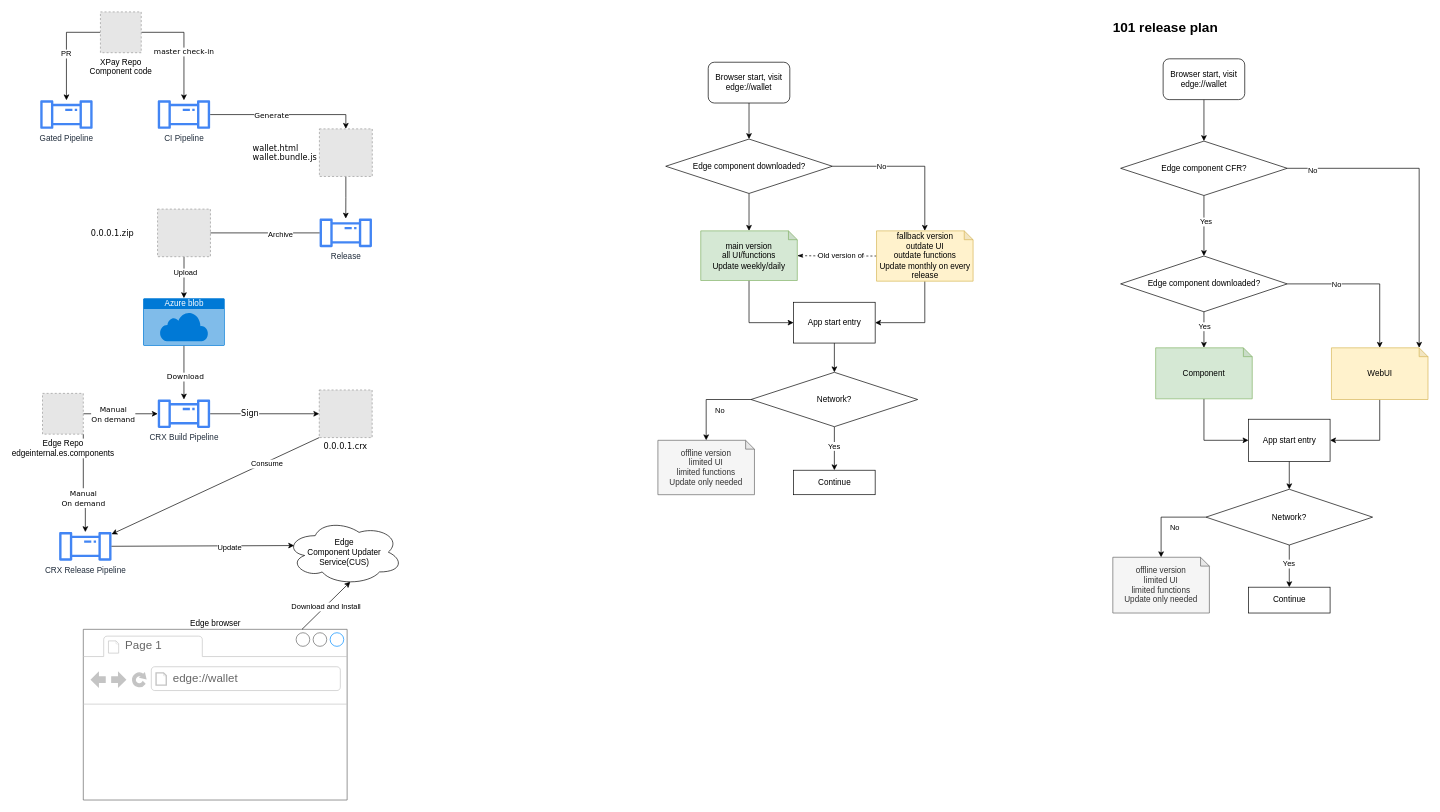
Earlier version of the draw.io diagram page "Overall" (1 of 3) of Wallet hub migration.drawio (lancelodliu/draw.io). Source tidied: cells renumbered, new cells numbered last; positions are measured from the earlier drawing's top-left corner, leaving out a move shared by most shapes. Both pictures are drawn from the tidied source at 68%, with x=0, y=0 at pixel (39, 12). Pictures stored in the file or linked from it are replaced by grey dashed boxes.
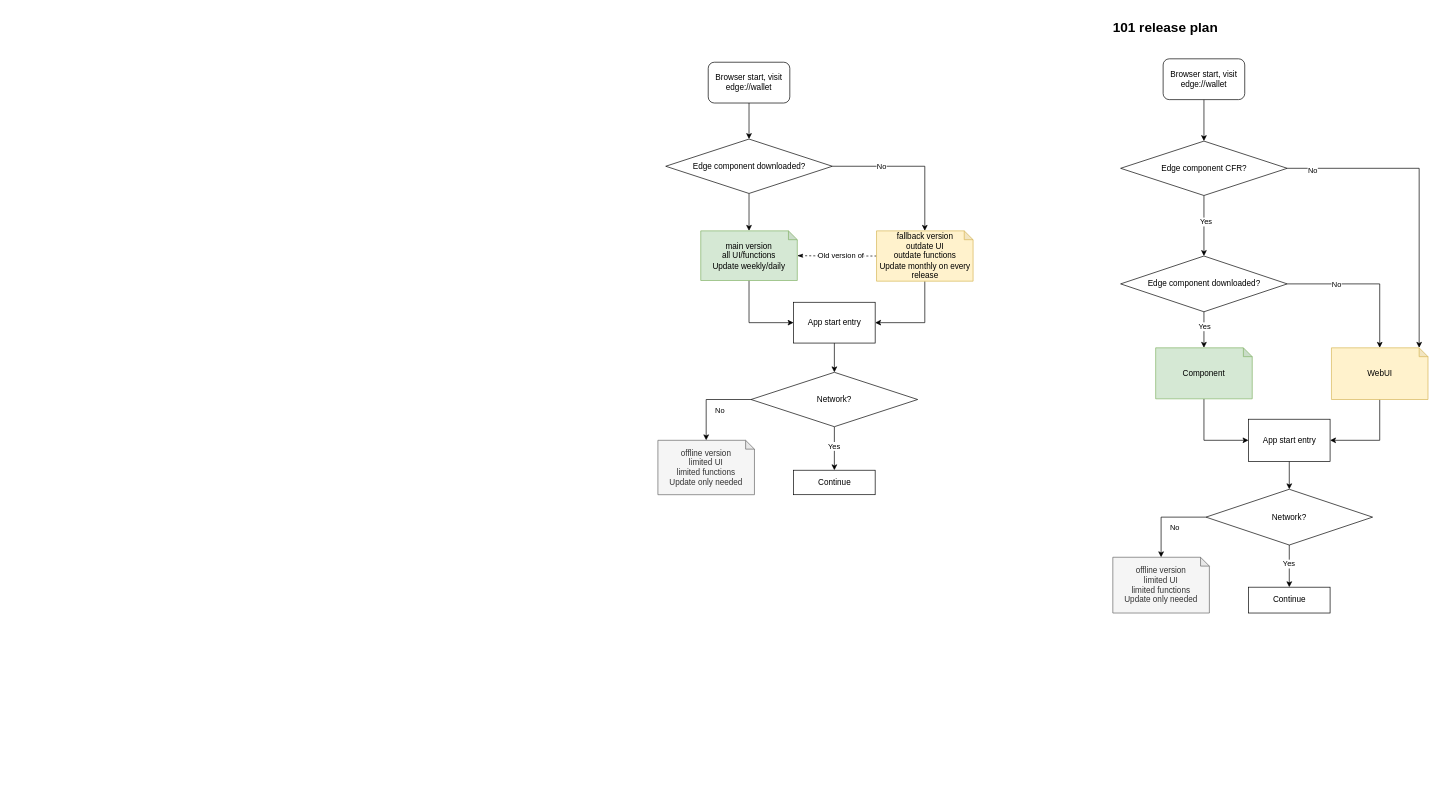
After the change.

What changed in the source:
```diff
@@
-    <mxCell id="2" style="edgeStyle=orthogonalEdgeStyle;rounded=0;jettySize=auto;html=1;entryX=0.5;entryY=0;entryDx=0;entryDy=0;fontFamily=Verdana;" parent="1" edge="1" source="4" target="14">
-      <mxGeometry relative="1" as="geometry" />
-    </mxCell>
-    <mxCell id="3" value="Generate" style="edgeLabel;html=1;align=center;verticalAlign=middle;fontFamily=Verdana;" parent="2" vertex="1">
-      <mxGeometry x="-0.18" relative="1" as="geometry" />
-    </mxCell>
-    <mxCell id="4" value="CI Pipeline" style="sketch=0;outlineConnect=0;fontColor=#232F3E;gradientColor=none;fillColor=#4285F4;strokeColor=none;dashed=0;verticalLabelPosition=bottom;verticalAlign=top;align=center;html=1;fontSize=12;fontStyle=0;shape=mxgraph.aws4.iot_analytics_pipeline;labelPosition=center;" parent="1" vertex="1">
-      <mxGeometry x="173" y="130" width="78" height="42" as="geometry" />
-    </mxCell>
-    <mxCell id="5" style="edgeStyle=orthogonalEdgeStyle;rounded=0;jettySize=auto;html=1;exitX=1;exitY=0.5;exitDx=0;exitDy=0;" parent="1" edge="1" source="9" target="4">
-      <mxGeometry relative="1" as="geometry" />
-    </mxCell>
-    <mxCell id="6" value="master check-in" style="edgeLabel;html=1;align=center;verticalAlign=middle;fontFamily=Verdana;" parent="5" vertex="1">
-      <mxGeometry x="0.12" y="-1" relative="1" as="geometry" />
-    </mxCell>
-    <mxCell id="7" style="edgeStyle=orthogonalEdgeStyle;rounded=0;jettySize=auto;html=1;exitX=0;exitY=0.5;exitDx=0;exitDy=0;fontFamily=Verdana;" parent="1" edge="1" source="9" target="10">
-      <mxGeometry relative="1" as="geometry" />
-    </mxCell>
-    <mxCell id="8" value="PR" style="edgeLabel;html=1;align=center;verticalAlign=middle;" parent="7" vertex="1">
-      <mxGeometry x="0.08" y="-1" relative="1" as="geometry" />
-    </mxCell>
-    <mxCell id="9" value="XPay Repo&lt;br&gt;Component code" style="fillColor=#E6E6E6;strokeColor=#999999;dashed=1;html=1;verticalAlign=top;verticalLabelPosition=bottom;labelBackgroundColor=#ffffff;" parent="1" vertex="1">
-      <mxGeometry x="89.2" width="60" height="60" as="geometry" />
-    </mxCell>
-    <mxCell id="10" value="Gated Pipeline" style="sketch=0;outlineConnect=0;fontColor=#232F3E;gradientColor=none;fillColor=#4285F4;strokeColor=none;dashed=0;verticalLabelPosition=bottom;verticalAlign=top;align=center;html=1;fontSize=12;fontStyle=0;shape=mxgraph.aws4.iot_analytics_pipeline;" parent="1" vertex="1">
-      <mxGeometry x="0.2" y="130" width="78" height="42" as="geometry" />
-    </mxCell>
-    <mxCell id="11" style="edgeStyle=orthogonalEdgeStyle;rounded=0;jettySize=auto;html=1;exitX=0.5;exitY=1;exitDx=0;exitDy=0;fontFamily=Verdana;exitPerimeter=0;" parent="1" edge="1" source="28" target="22">
-      <mxGeometry relative="1" as="geometry" />
-    </mxCell>
-    <mxCell id="12" value="Download" style="edgeLabel;html=1;align=center;verticalAlign=middle;fontFamily=Verdana;" parent="11" vertex="1">
-      <mxGeometry x="0.13" y="1" relative="1" as="geometry" />
-    </mxCell>
-    <mxCell id="13" style="edgeStyle=orthogonalEdgeStyle;rounded=0;jettySize=auto;html=1;" parent="1" edge="1" source="14" target="27">
-      <mxGeometry relative="1" as="geometry" />
-    </mxCell>
-    <mxCell id="14" value="wallet.html&#10;wallet.bundle.js" style="fillColor=#E6E6E6;strokeColor=#999999;dashed=1;verticalLabelPosition=middle;labelBackgroundColor=#ffffff;verticalAlign=middle;fontFamily=Verdana;labelPosition=left;align=left;spacingRight=0;spacing=-20;" parent="1" vertex="1">
-      <mxGeometry x="411.2" y="172" width="77.8" height="70" as="geometry" />
-    </mxCell>
-    <mxCell id="15" style="edgeStyle=orthogonalEdgeStyle;rounded=0;jettySize=auto;html=1;exitX=1;exitY=0.5;exitDx=0;exitDy=0;fontFamily=Verdana;" parent="1" edge="1" source="19" target="22">
-      <mxGeometry relative="1" as="geometry" />
-    </mxCell>
-    <mxCell id="16" value="Manual&lt;br&gt;On demand" style="edgeLabel;html=1;align=center;verticalAlign=middle;fontFamily=Verdana;" parent="15" vertex="1">
-      <mxGeometry x="-0.22" relative="1" as="geometry" />
-    </mxCell>
-    <mxCell id="17" style="edgeStyle=orthogonalEdgeStyle;rounded=0;jettySize=auto;html=1;exitX=1;exitY=1;exitDx=0;exitDy=0;fontFamily=Verdana;fontSize=12;" parent="1" edge="1" source="19" target="24">
-      <mxGeometry relative="1" as="geometry">
-        <Array as="points">
-          <mxPoint x="64" y="724" />
-        </Array>
-      </mxGeometry>
-    </mxCell>
-    <mxCell id="18" value="&lt;span style=&quot;font-size: 11px&quot;&gt;Manual&lt;/span&gt;&lt;br style=&quot;font-size: 11px&quot;&gt;&lt;span style=&quot;font-size: 11px&quot;&gt;On demand&lt;/span&gt;" style="edgeLabel;html=1;align=center;verticalAlign=middle;fontSize=12;fontFamily=Verdana;" parent="17" vertex="1">
-      <mxGeometry x="0.26" y="-1" relative="1" as="geometry" />
-    </mxCell>
-    <mxCell id="19" value="Edge Repo&lt;br&gt;edgeinternal.es.components" style="fillColor=#E6E6E6;strokeColor=#999999;dashed=1;html=1;verticalAlign=top;verticalLabelPosition=bottom;labelBackgroundColor=#ffffff;" parent="1" vertex="1">
-      <mxGeometry x="4" y="561" width="60" height="60" as="geometry" />
-    </mxCell>
-    <mxCell id="20" style="edgeStyle=orthogonalEdgeStyle;rounded=0;jettySize=auto;html=1;fontFamily=Verdana;fontSize=12;" parent="1" edge="1" source="22" target="23">
-      <mxGeometry relative="1" as="geometry" />
-    </mxCell>
-    <mxCell id="21" value="Sign" style="edgeLabel;html=1;align=center;verticalAlign=middle;fontSize=12;fontFamily=Verdana;" parent="20" vertex="1">
-      <mxGeometry x="-0.28" y="1" relative="1" as="geometry" />
-    </mxCell>
-    <mxCell id="22" value="CRX Build Pipeline" style="sketch=0;outlineConnect=0;fontColor=#232F3E;gradientColor=none;fillColor=#4285F4;strokeColor=none;dashed=0;verticalLabelPosition=bottom;verticalAlign=top;align=center;html=1;fontSize=12;fontStyle=0;shape=mxgraph.aws4.iot_analytics_pipeline;" parent="1" vertex="1">
-      <mxGeometry x="173" y="570" width="78" height="42" as="geometry" />
-    </mxCell>
-    <mxCell id="23" value="0.0.0.1.crx" style="fillColor=#E6E6E6;strokeColor=#999999;dashed=1;verticalLabelPosition=bottom;labelBackgroundColor=#ffffff;verticalAlign=top;fontFamily=Verdana;" parent="1" vertex="1">
-      <mxGeometry x="411" y="556" width="77.8" height="70" as="geometry" />
-    </mxCell>
-    <mxCell id="24" value="CRX Release Pipeline" style="sketch=0;outlineConnect=0;fontColor=#232F3E;gradientColor=none;fillColor=#4285F4;strokeColor=none;dashed=0;verticalLabelPosition=bottom;verticalAlign=top;align=center;html=1;fontSize=12;fontStyle=0;shape=mxgraph.aws4.iot_analytics_pipeline;" parent="1" vertex="1">
-      <mxGeometry x="28" y="765" width="78" height="42" as="geometry" />
-    </mxCell>
-    <mxCell id="25" style="edgeStyle=orthogonalEdgeStyle;rounded=0;jettySize=auto;html=1;startArrow=none;" parent="1" edge="1" source="29" target="28">
-      <mxGeometry relative="1" as="geometry" />
-    </mxCell>
-    <mxCell id="26" value="Upload" style="edgeLabel;html=1;align=center;verticalAlign=middle;" parent="25" vertex="1">
-      <mxGeometry x="-0.26" y="1" relative="1" as="geometry" />
-    </mxCell>
-    <mxCell id="27" value="Release" style="sketch=0;outlineConnect=0;fontColor=#232F3E;gradientColor=none;fillColor=#4285F4;strokeColor=none;dashed=0;verticalLabelPosition=bottom;verticalAlign=top;align=center;html=1;fontSize=12;fontStyle=0;shape=mxgraph.aws4.iot_analytics_pipeline;labelPosition=center;" parent="1" vertex="1">
-      <mxGeometry x="411" y="304" width="78" height="42" as="geometry" />
-    </mxCell>
-    <mxCell id="28" value="Azure blob" style="html=1;strokeColor=none;fillColor=#0079D6;labelPosition=center;verticalLabelPosition=middle;verticalAlign=top;align=center;fontSize=12;outlineConnect=0;spacingTop=-6;fontColor=#FFFFFF;sketch=0;shape=mxgraph.sitemap.cloud;rounded=1;shadow=0;glass=0;labelBorderColor=none;fontFamily=Helvetica;" parent="1" vertex="1">
-      <mxGeometry x="152" y="421" width="120" height="70" as="geometry" />
-    </mxCell>
-    <mxCell id="29" value="0.0.0.1.zip" style="fillColor=#E6E6E6;strokeColor=#999999;dashed=1;verticalLabelPosition=middle;labelBackgroundColor=#ffffff;verticalAlign=middle;fontFamily=Verdana;labelPosition=left;align=left;spacingRight=0;spacing=-20;" parent="1" vertex="1">
-      <mxGeometry x="173.2" y="290" width="77.8" height="70" as="geometry" />
-    </mxCell>
-    <mxCell id="30" style="edgeStyle=orthogonalEdgeStyle;rounded=0;jettySize=auto;html=1;endArrow=none;" parent="1" edge="1" source="27" target="29">
-      <mxGeometry relative="1" as="geometry" />
-    </mxCell>
-    <mxCell id="31" value="Archive" style="edgeLabel;html=1;align=center;verticalAlign=middle;" parent="30" vertex="1">
-      <mxGeometry x="-0.28" y="1" relative="1" as="geometry" />
-    </mxCell>
@@
-    <mxCell id="53" value="Edge browser" style="strokeWidth=1;shadow=0;dashed=0;align=center;html=1;shape=mxgraph.mockup.containers.browserWindow;rSize=0;strokeColor=#666666;strokeColor2=#008cff;strokeColor3=#c4c4c4;mainText=,;labelPosition=center;verticalLabelPosition=top;verticalAlign=bottom;" parent="1" vertex="1">
-      <mxGeometry x="64" y="908" width="388" height="251" as="geometry" />
-    </mxCell>
-    <mxCell id="54" value="Page 1" style="strokeWidth=1;shadow=0;dashed=0;align=center;html=1;shape=mxgraph.mockup.containers.anchor;fontSize=17;fontColor=#666666;align=left;" parent="53" vertex="1">
-      <mxGeometry x="60" y="12" width="110" height="26" as="geometry" />
-    </mxCell>
-    <mxCell id="55" value="edge://wallet" style="strokeWidth=1;shadow=0;dashed=0;align=center;html=1;shape=mxgraph.mockup.containers.anchor;rSize=0;fontSize=17;fontColor=#666666;align=left;" parent="53" vertex="1">
-      <mxGeometry x="130" y="60" width="250" height="26" as="geometry" />
-    </mxCell>
-    <mxCell id="56" style="endArrow=classic;html=1;rounded=0;exitX=0;exitY=1;exitDx=0;exitDy=0;" parent="1" edge="1" source="23" target="24">
-      <mxGeometry relative="1" as="geometry" />
-    </mxCell>
-    <mxCell id="57" value="Consume" style="edgeLabel;html=1;align=center;verticalAlign=middle;" parent="56" vertex="1">
-      <mxGeometry x="-0.49" y="2" relative="1" as="geometry" />
-    </mxCell>
-    <mxCell id="58" value="Edge&lt;br&gt;Component Updater&lt;br&gt;Service(CUS)" style="ellipse;shape=cloud;whiteSpace=wrap;html=1;" parent="1" vertex="1">
-      <mxGeometry x="362" y="746" width="172.1" height="97" as="geometry" />
-    </mxCell>
-    <mxCell id="59" style="endArrow=classic;html=1;rounded=0;entryX=0.07;entryY=0.4;entryDx=0;entryDy=0;entryPerimeter=0;" parent="1" edge="1" source="24" target="58">
-      <mxGeometry relative="1" as="geometry" />
-    </mxCell>
-    <mxCell id="60" value="Update" style="edgeLabel;html=1;align=center;verticalAlign=middle;" parent="59" vertex="1">
-      <mxGeometry x="0.29" y="-2" relative="1" as="geometry" />
-    </mxCell>
-    <mxCell id="61" style="endArrow=classic;html=1;rounded=0;entryX=0.55;entryY=0.95;entryDx=0;entryDy=0;entryPerimeter=0;" parent="1" edge="1" source="53" target="58">
-      <mxGeometry relative="1" as="geometry" />
-    </mxCell>
-    <mxCell id="62" value="Download and Install" style="edgeLabel;html=1;align=center;verticalAlign=middle;" parent="61" vertex="1">
-      <mxGeometry x="-0.3" y="-1" relative="1" as="geometry">
-        <mxPoint x="9" y="-10" as="offset" />
-      </mxGeometry>
-    </mxCell>
```
